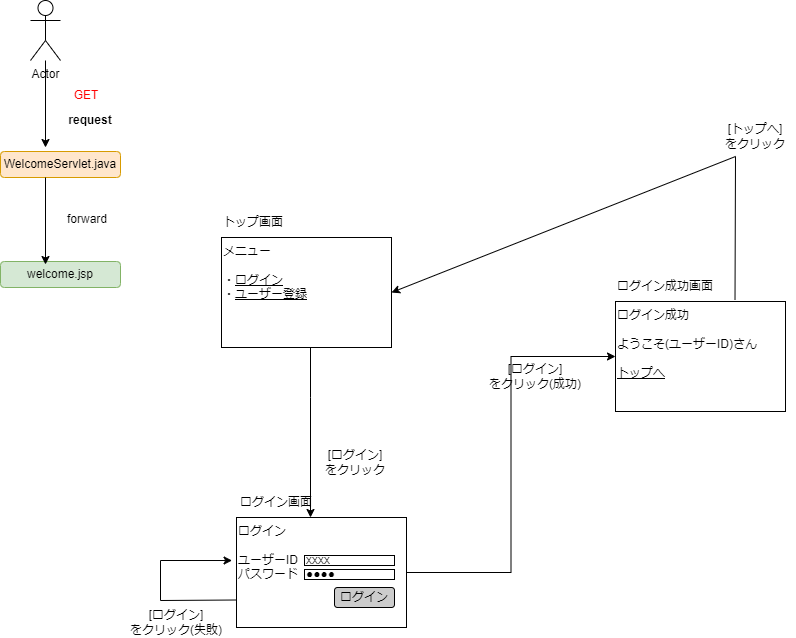
This is 画面遷移図(拡張版).png from saraken357/sj429-sj1401, a draw.io export, as it was before one commit. Source tidied: cells renumbered, new cells last; positions are measured from the earlier drawing's top-left corner, leaving out a move shared by most shapes.
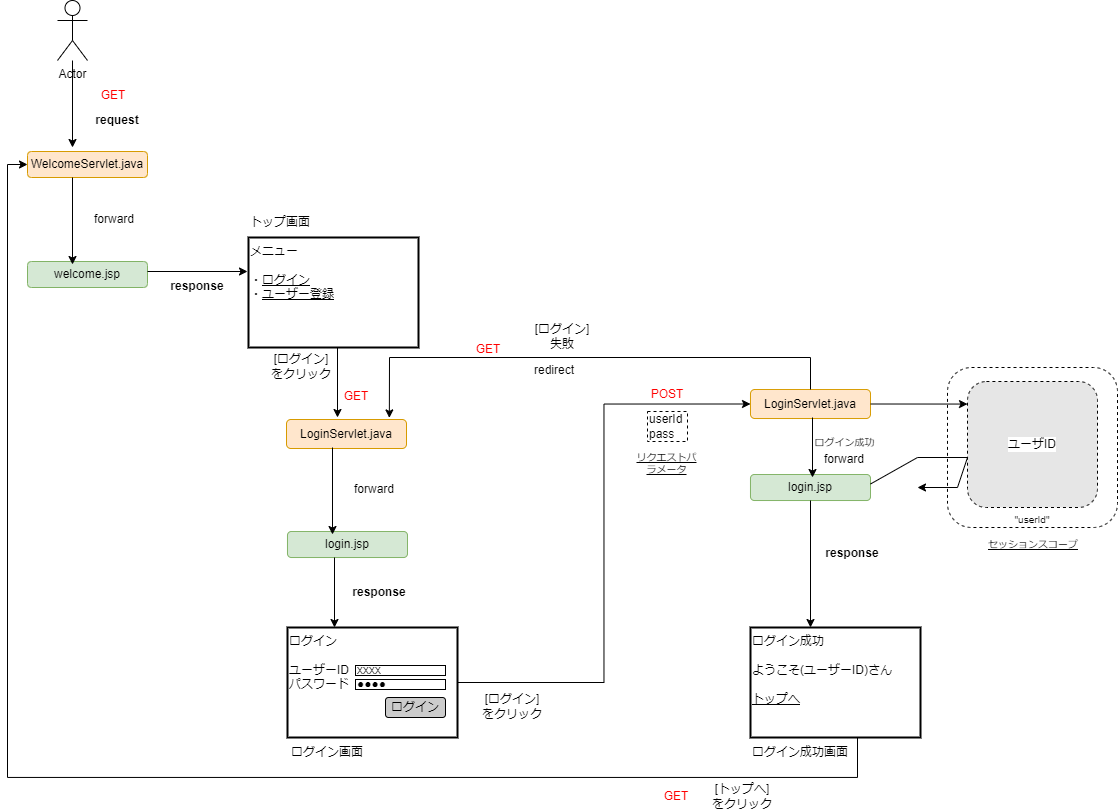
Above is the later version.

Change to the diagram source:
```diff
@@ -8,37 +8,24 @@
     <mxCell id="3" style="group;" parent="2" vertex="1">
       <mxGeometry x="-24" y="136" width="170" height="140" as="geometry" />
     </mxCell>
-    <mxCell id="4" value="メニュー&lt;br&gt;&lt;br&gt;・&lt;u&gt;ログイン&lt;/u&gt;&lt;br&gt;・&lt;u&gt;ユーザー登録&lt;br&gt;&lt;/u&gt;" style="rounded=0;whiteSpace=wrap;html=1;align=left;horizontal=1;verticalAlign=top;" parent="3" vertex="1">
+    <mxCell id="4" value="メニュー&lt;br&gt;&lt;br&gt;・&lt;u&gt;ログイン&lt;/u&gt;&lt;br&gt;・&lt;u&gt;ユーザー登録&lt;br&gt;&lt;/u&gt;" style="rounded=0;whiteSpace=wrap;html=1;align=left;horizontal=1;verticalAlign=top;strokeWidth=2;" parent="3" vertex="1">
       <mxGeometry y="30" width="170" height="110" as="geometry" />
     </mxCell>
     <mxCell id="5" value="トップ画面" style="text;html=1;strokeColor=none;fillColor=none;align=left;verticalAlign=middle;whiteSpace=wrap;rounded=0;" parent="3" vertex="1">
       <mxGeometry width="80" height="30" as="geometry" />
     </mxCell>
     <mxCell id="6" style="group;" parent="1" vertex="1">
-      <mxGeometry x="615" y="271" width="170" height="140" as="geometry" />
+      <mxGeometry x="723" y="597" width="170" height="140" as="geometry" />
     </mxCell>
-    <mxCell id="7" value="ログイン成功&lt;br&gt;&lt;br&gt;ようこそ(ユーザーID)さん&lt;br&gt;&lt;br&gt;&lt;u&gt;トップへ&lt;/u&gt;" style="rounded=0;whiteSpace=wrap;html=1;align=left;horizontal=1;verticalAlign=top;" parent="6" vertex="1">
+    <mxCell id="7" value="ログイン成功&lt;br&gt;&lt;br&gt;ようこそ(ユーザーID)さん&lt;br&gt;&lt;br&gt;&lt;u&gt;トップへ&lt;/u&gt;" style="rounded=0;whiteSpace=wrap;html=1;align=left;horizontal=1;verticalAlign=top;strokeWidth=2;" parent="6" vertex="1">
       <mxGeometry y="30" width="170" height="110" as="geometry" />
     </mxCell>
     <mxCell id="8" value="ログイン成功画面" style="text;html=1;strokeColor=none;fillColor=none;align=center;verticalAlign=middle;whiteSpace=wrap;rounded=0;" parent="6" vertex="1">
-      <mxGeometry width="100" height="30" as="geometry" />
+      <mxGeometry y="140" width="100" height="30" as="geometry" />
     </mxCell>
-    <mxCell id="9" style="edgeStyle=orthogonalEdgeStyle;rounded=0;jettySize=auto;html=1;entryX=0;entryY=0.5;entryDx=0;entryDy=0;" parent="1" edge="1" source="25" target="7">
+    <mxCell id="9" style="edgeStyle=orthogonalEdgeStyle;rounded=0;jettySize=auto;html=1;entryX=0;entryY=0.5;entryDx=0;entryDy=0;" parent="1" edge="1" source="25" target="48">
       <mxGeometry relative="1" as="geometry" />
     </mxCell>
-    <mxCell id="10" value="[ログイン]&lt;br&gt;をクリック(成功)" style="text;html=1;strokeColor=none;fillColor=none;align=center;verticalAlign=middle;whiteSpace=wrap;rounded=0;" parent="1" vertex="1">
-      <mxGeometry x="485" y="361" width="100" height="30" as="geometry" />
-    </mxCell>
-    <mxCell id="11" style="endArrow=classic;html=1;rounded=0;exitX=0.703;exitY=-0.014;exitDx=0;exitDy=0;exitPerimeter=0;entryX=1;entryY=0.5;entryDx=0;entryDy=0;" parent="1" edge="1" source="7" target="4">
-      <mxGeometry relative="1" as="geometry">
-        <Array as="points">
-          <mxPoint x="735" y="156" />
-        </Array>
-      </mxGeometry>
-    </mxCell>
-    <mxCell id="12" value="[トップへ]&lt;br&gt;をクリック" style="text;html=1;strokeColor=none;fillColor=none;align=center;verticalAlign=middle;whiteSpace=wrap;rounded=0;" parent="1" vertex="1">
-      <mxGeometry x="715" y="121" width="80" height="30" as="geometry" />
-    </mxCell>
     <mxCell id="13" style="edgeStyle=orthogonalEdgeStyle;rounded=0;jettySize=auto;html=1;" parent="1" edge="1" source="14">
       <mxGeometry relative="1" as="geometry">
         <mxPoint x="45" y="147" as="targetPoint" />
@@ -69,18 +56,15 @@
       <mxGeometry x="47" y="204" width="80" height="30" as="geometry" />
     </mxCell>
     <mxCell id="21" style="group;" parent="1" vertex="1">
-      <mxGeometry x="126" y="487" width="280" height="150" as="geometry" />
+      <mxGeometry x="150" y="597" width="280" height="150" as="geometry" />
     </mxCell>
-    <mxCell id="22" style="group;" parent="21" vertex="1">
+    <mxCell id="22" style="group;strokeWidth=2;" parent="21" vertex="1">
       <mxGeometry x="110" width="170" height="140" as="geometry" />
     </mxCell>
-    <mxCell id="23" value="ログイン画面" style="text;html=1;strokeColor=none;fillColor=none;align=center;verticalAlign=middle;whiteSpace=wrap;rounded=0;" parent="22" vertex="1">
-      <mxGeometry width="80" height="30" as="geometry" />
-    </mxCell>
     <mxCell id="24" style="group;" parent="22" vertex="1">
       <mxGeometry y="30" width="170" height="110" as="geometry" />
     </mxCell>
-    <mxCell id="25" value="ログイン&lt;br&gt;&lt;br&gt;ユーザーID&lt;br&gt;パスワード" style="rounded=0;whiteSpace=wrap;html=1;align=left;horizontal=1;verticalAlign=top;" parent="24" vertex="1">
+    <mxCell id="25" value="ログイン&lt;br&gt;&lt;br&gt;ユーザーID&lt;br&gt;パスワード" style="rounded=0;whiteSpace=wrap;html=1;align=left;horizontal=1;verticalAlign=top;strokeWidth=2;" parent="24" vertex="1">
       <mxGeometry width="170" height="110" as="geometry" />
     </mxCell>
     <mxCell id="26" value="xxxx" style="rounded=0;whiteSpace=wrap;html=1;align=left;" parent="24" vertex="1">
@@ -89,35 +73,159 @@
     <mxCell id="27" value="ログイン" style="rounded=1;whiteSpace=wrap;html=1;labelBackgroundColor=none;fillColor=#CCCCCC;" parent="24" vertex="1">
       <mxGeometry x="98" y="70" width="60" height="20" as="geometry" />
     </mxCell>
-    <mxCell id="28" style="endArrow=classic;html=1;rounded=0;exitX=0;exitY=0.75;exitDx=0;exitDy=0;entryX=-0.026;entryY=0.391;entryDx=0;entryDy=0;entryPerimeter=0;" parent="24" edge="1" source="25" target="25">
-      <mxGeometry x="-1" y="310" relative="1" as="geometry">
-        <Array as="points">
-          <mxPoint x="-76" y="83" />
-          <mxPoint x="-76" y="43" />
-        </Array>
-        <mxPoint x="-91" y="219" as="offset" />
-      </mxGeometry>
-    </mxCell>
     <mxCell id="29" value="●●●●" style="rounded=0;whiteSpace=wrap;html=1;align=left;" parent="21" vertex="1">
       <mxGeometry x="178" y="82" width="90" height="10" as="geometry" />
     </mxCell>
-    <mxCell id="30" value="[ログイン]&lt;br&gt;をクリック(失敗)" style="text;html=1;strokeColor=none;fillColor=none;align=center;verticalAlign=middle;whiteSpace=wrap;rounded=0;" parent="21" vertex="1">
-      <mxGeometry y="120" width="100" height="30" as="geometry" />
-    </mxCell>
     <mxCell id="31" style="group;" parent="1" vertex="1">
-      <mxGeometry x="310" y="447" width="85" height="70" as="geometry" />
+      <mxGeometry x="310" y="457" width="85" height="70" as="geometry" />
     </mxCell>
-    <mxCell id="32" style="edgeStyle=orthogonalEdgeStyle;rounded=0;jettySize=auto;html=1;" parent="31" edge="1" source="4">
+    <mxCell id="32" style="edgeStyle=orthogonalEdgeStyle;rounded=0;orthogonalLoop=1;jettySize=auto;html=1;" parent="31" edge="1">
       <mxGeometry relative="1" as="geometry">
-        <mxPoint y="70" as="targetPoint" />
+        <mxPoint y="-100" as="sourcePoint" />
+        <mxPoint y="-40" as="targetPoint" />
         <Array as="points">
-          <mxPoint y="-50" />
-          <mxPoint y="-50" />
+          <mxPoint y="-110" />
+          <mxPoint y="-110" />
         </Array>
       </mxGeometry>
     </mxCell>
+    <mxCell id="34" value="LoginServlet.java" style="rounded=1;whiteSpace=wrap;html=1;fillColor=#ffe6cc;strokeColor=#d79b00;" parent="1" vertex="1">
+      <mxGeometry x="259" y="419" width="120" height="29" as="geometry" />
+    </mxCell>
+    <mxCell id="35" value="&lt;font color=&quot;#ff0000&quot;&gt;GET&lt;/font&gt;" style="text;html=1;strokeColor=none;fillColor=none;align=center;verticalAlign=middle;whiteSpace=wrap;rounded=0;" parent="1" vertex="1">
+      <mxGeometry x="289" y="381" width="80" height="30" as="geometry" />
+    </mxCell>
-    <mxCell id="33" value="[ログイン]&lt;br&gt;をクリック" style="text;html=1;strokeColor=none;fillColor=none;align=center;verticalAlign=middle;whiteSpace=wrap;rounded=0;" parent="31" vertex="1">
-      <mxGeometry x="5" width="80" height="30" as="geometry" />
+    <mxCell id="33" value="[ログイン]&lt;br&gt;をクリック" style="text;html=1;strokeColor=none;fillColor=none;align=center;verticalAlign=middle;whiteSpace=wrap;rounded=0;" parent="1" vertex="1">
+      <mxGeometry x="234" y="351" width="80" height="30" as="geometry" />
     </mxCell>
+    <mxCell id="36" value="login.jsp" style="rounded=1;whiteSpace=wrap;html=1;fillColor=#d5e8d4;strokeColor=#82b366;" parent="1" vertex="1">
+      <mxGeometry x="260" y="531" width="120" height="26" as="geometry" />
+    </mxCell>
+    <mxCell id="37" style="edgeStyle=orthogonalEdgeStyle;rounded=0;orthogonalLoop=1;jettySize=auto;html=1;" parent="1" edge="1">
+      <mxGeometry relative="1" as="geometry">
+        <mxPoint x="305" y="447" as="sourcePoint" />
+        <mxPoint x="305" y="534" as="targetPoint" />
+      </mxGeometry>
+    </mxCell>
+    <mxCell id="38" value="forward" style="text;html=1;strokeColor=none;fillColor=none;align=center;verticalAlign=middle;whiteSpace=wrap;rounded=0;" parent="1" vertex="1">
+      <mxGeometry x="307" y="474" width="80" height="30" as="geometry" />
+    </mxCell>
+    <mxCell id="39" style="group;" parent="1" vertex="1">
+      <mxGeometry x="120" y="271" width="100" height="30" as="geometry" />
+    </mxCell>
+    <mxCell id="40" style="endArrow=classic;html=1;rounded=0;" parent="39" edge="1">
+      <mxGeometry relative="1" as="geometry">
+        <mxPoint as="sourcePoint" />
+        <mxPoint x="100" as="targetPoint" />
+      </mxGeometry>
+    </mxCell>
+    <mxCell id="41" value="&lt;b&gt;response&lt;/b&gt;" style="text;html=1;strokeColor=none;fillColor=none;align=center;verticalAlign=middle;whiteSpace=wrap;rounded=0;" parent="39" vertex="1">
+      <mxGeometry x="10" width="80" height="30" as="geometry" />
+    </mxCell>
+    <mxCell id="42" value="&lt;b&gt;response&lt;/b&gt;" style="text;html=1;strokeColor=none;fillColor=none;align=center;verticalAlign=middle;whiteSpace=wrap;rounded=0;" parent="1" vertex="1">
+      <mxGeometry x="312.5" y="577" width="80" height="30" as="geometry" />
+    </mxCell>
+    <mxCell id="43" style="endArrow=classic;html=1;rounded=0;" parent="1" edge="1">
+      <mxGeometry relative="1" as="geometry">
+        <mxPoint x="307" y="557" as="sourcePoint" />
+        <mxPoint x="307" y="627" as="targetPoint" />
+      </mxGeometry>
+    </mxCell>
+    <mxCell id="23" value="ログイン画面" style="text;html=1;strokeColor=none;fillColor=none;align=center;verticalAlign=middle;whiteSpace=wrap;rounded=0;" parent="1" vertex="1">
+      <mxGeometry x="260" y="737" width="80" height="30" as="geometry" />
+    </mxCell>
+    <mxCell id="44" value="[ログイン]&lt;br&gt;をクリック" style="text;html=1;strokeColor=none;fillColor=none;align=center;verticalAlign=middle;whiteSpace=wrap;rounded=0;" parent="1" vertex="1">
+      <mxGeometry x="435" y="691" width="100" height="30" as="geometry" />
+    </mxCell>
+    <mxCell id="45" value="&lt;font color=&quot;#ff0000&quot;&gt;POST&lt;/font&gt;" style="text;html=1;strokeColor=none;fillColor=none;align=center;verticalAlign=middle;whiteSpace=wrap;rounded=0;" parent="1" vertex="1">
+      <mxGeometry x="600" y="379" width="80" height="30" as="geometry" />
+    </mxCell>
+    <mxCell id="46" value="userId&lt;br&gt;pass" style="rounded=0;whiteSpace=wrap;html=1;strokeWidth=1;align=left;dashed=1;" parent="1" vertex="1">
+      <mxGeometry x="620" y="411" width="40" height="30" as="geometry" />
+    </mxCell>
+    <mxCell id="47" value="リクエストパラメータ" style="text;html=1;strokeColor=none;fillColor=none;align=center;verticalAlign=middle;whiteSpace=wrap;rounded=0;fontSize=8;dashed=1;glass=0;fontStyle=4;" parent="1" vertex="1">
+      <mxGeometry x="607.5" y="448" width="65" height="30" as="geometry" />
+    </mxCell>
+    <mxCell id="48" value="LoginServlet.java" style="rounded=1;whiteSpace=wrap;html=1;fillColor=#ffe6cc;strokeColor=#d79b00;" parent="1" vertex="1">
+      <mxGeometry x="723" y="389" width="120" height="29" as="geometry" />
+    </mxCell>
+    <mxCell id="49" value="login.jsp" style="rounded=1;whiteSpace=wrap;html=1;fillColor=#d5e8d4;strokeColor=#82b366;" parent="1" vertex="1">
+      <mxGeometry x="723" y="474" width="120" height="26" as="geometry" />
+    </mxCell>
+    <mxCell id="50" style="edgeStyle=orthogonalEdgeStyle;rounded=0;orthogonalLoop=1;jettySize=auto;html=1;" parent="1" edge="1">
+      <mxGeometry relative="1" as="geometry">
+        <mxPoint x="785" y="417" as="sourcePoint" />
+        <mxPoint x="785" y="477" as="targetPoint" />
+      </mxGeometry>
+    </mxCell>
+    <mxCell id="51" value="forward" style="text;html=1;strokeColor=none;fillColor=none;align=center;verticalAlign=middle;whiteSpace=wrap;rounded=0;" parent="1" vertex="1">
+      <mxGeometry x="777" y="444" width="80" height="30" as="geometry" />
+    </mxCell>
+    <mxCell id="52" value="ログイン成功" style="text;html=1;strokeColor=none;fillColor=none;align=center;verticalAlign=middle;whiteSpace=wrap;rounded=0;fontSize=8;" parent="1" vertex="1">
+      <mxGeometry x="784.5" y="427" width="65" height="30" as="geometry" />
+    </mxCell>
+    <mxCell id="53" value="&lt;b&gt;response&lt;/b&gt;" style="text;html=1;strokeColor=none;fillColor=none;align=center;verticalAlign=middle;whiteSpace=wrap;rounded=0;" parent="1" vertex="1">
+      <mxGeometry x="785" y="538" width="80" height="30" as="geometry" />
+    </mxCell>
+    <mxCell id="54" style="endArrow=classic;html=1;rounded=0;exitX=0.5;exitY=1;exitDx=0;exitDy=0;" parent="1" edge="1" source="49">
+      <mxGeometry relative="1" as="geometry">
+        <mxPoint x="783" y="627" as="targetPoint" />
+      </mxGeometry>
+    </mxCell>
+    <mxCell id="55" style="edgeStyle=orthogonalEdgeStyle;rounded=0;jettySize=auto;html=1;entryX=0;entryY=0.5;entryDx=0;entryDy=0;" parent="1" edge="1" source="7" target="15">
+      <mxGeometry relative="1" as="geometry">
+        <Array as="points">
+          <mxPoint x="830" y="777" />
+          <mxPoint x="-20" y="777" />
+          <mxPoint x="-20" y="164" />
+        </Array>
+      </mxGeometry>
+    </mxCell>
+    <mxCell id="12" value="[トップへ]&lt;br&gt;をクリック" style="text;html=1;strokeColor=none;fillColor=none;align=center;verticalAlign=middle;whiteSpace=wrap;rounded=0;" parent="1" vertex="1">
+      <mxGeometry x="665" y="781" width="100" height="30" as="geometry" />
+    </mxCell>
+    <mxCell id="56" style="endArrow=classic;html=1;rounded=0;exitX=0.5;exitY=0;exitDx=0;exitDy=0;entryX=0.857;entryY=-0.055;entryDx=0;entryDy=0;entryPerimeter=0;" parent="1" edge="1" source="48" target="34">
+      <mxGeometry relative="1" as="geometry">
+        <Array as="points">
+          <mxPoint x="783" y="357" />
+          <mxPoint x="362" y="357" />
+        </Array>
+      </mxGeometry>
+    </mxCell>
+    <mxCell id="57" value="&lt;font color=&quot;#ff0000&quot;&gt;GET&lt;/font&gt;" style="text;html=1;strokeColor=none;fillColor=none;align=center;verticalAlign=middle;whiteSpace=wrap;rounded=0;" parent="1" vertex="1">
+      <mxGeometry x="421" y="334" width="80" height="30" as="geometry" />
+    </mxCell>
+    <mxCell id="58" value="[ログイン]&lt;br&gt;失敗" style="text;html=1;strokeColor=none;fillColor=none;align=center;verticalAlign=middle;whiteSpace=wrap;rounded=0;" parent="1" vertex="1">
+      <mxGeometry x="485" y="321" width="100" height="30" as="geometry" />
+    </mxCell>
+    <mxCell id="59" value="redirect" style="text;html=1;strokeColor=none;fillColor=none;align=center;verticalAlign=middle;whiteSpace=wrap;rounded=0;" parent="1" vertex="1">
+      <mxGeometry x="487" y="355" width="80" height="30" as="geometry" />
+    </mxCell>
+    <mxCell id="60" value="&lt;font color=&quot;#ff0000&quot;&gt;GET&lt;/font&gt;" style="text;html=1;strokeColor=none;fillColor=none;align=center;verticalAlign=middle;whiteSpace=wrap;rounded=0;" parent="1" vertex="1">
+      <mxGeometry x="609" y="781" width="80" height="30" as="geometry" />
+    </mxCell>
+    <mxCell id="61" value="&lt;br&gt;&lt;br&gt;&lt;br&gt;&lt;br&gt;&lt;br&gt;&lt;br&gt;&lt;br&gt;&lt;br&gt;&lt;br&gt;&lt;br&gt;&lt;br&gt;&lt;br&gt;&quot;userId&quot;" style="rounded=1;whiteSpace=wrap;html=1;glass=0;dashed=1;strokeColor=default;strokeWidth=1;fontSize=8;" parent="1" vertex="1">
+      <mxGeometry x="920" y="367" width="170" height="160" as="geometry" />
+    </mxCell>
+    <mxCell id="62" value="&lt;font style=&quot;font-size: 12px;&quot;&gt;ユーザID&lt;/font&gt;" style="rounded=1;whiteSpace=wrap;html=1;glass=0;dashed=1;strokeColor=default;strokeWidth=1;fontSize=8;labelBackgroundColor=default;fillColor=#E6E6E6;" parent="1" vertex="1">
+      <mxGeometry x="940" y="381" width="130" height="126" as="geometry" />
+    </mxCell>
+    <mxCell id="63" value="セッションスコープ" style="text;html=1;strokeColor=none;fillColor=none;align=center;verticalAlign=middle;whiteSpace=wrap;rounded=0;fontSize=8;dashed=1;glass=0;fontStyle=4;" parent="1" vertex="1">
+      <mxGeometry x="956.5" y="529" width="97.5" height="30" as="geometry" />
+    </mxCell>
+    <mxCell id="64" style="endArrow=classic;html=1;rounded=0;fontSize=12;exitX=1;exitY=0.5;exitDx=0;exitDy=0;entryX=0;entryY=0.179;entryDx=0;entryDy=0;entryPerimeter=0;" parent="1" edge="1" source="48" target="62">
+      <mxGeometry relative="1" as="geometry" />
+    </mxCell>
+    <mxCell id="65" style="endArrow=classic;html=1;rounded=0;fontSize=12;exitX=1;exitY=0.5;exitDx=0;exitDy=0;" parent="1" edge="1">
+      <mxGeometry relative="1" as="geometry">
+        <mxPoint x="843" y="483.5" as="sourcePoint" />
+        <mxPoint x="890" y="487" as="targetPoint" />
+        <Array as="points">
+          <mxPoint x="890" y="457" />
+          <mxPoint x="940" y="457" />
+          <mxPoint x="930" y="487" />
+        </Array>
+      </mxGeometry>
+    </mxCell>
   </root>
 </mxGraphModel>
```
